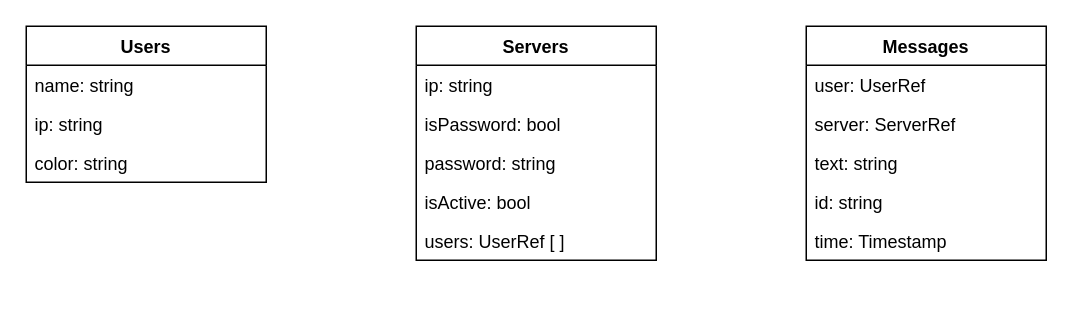
Before: assets/Chatterino_database_diagram.drawio in JakubTuta/Chatterino, a draw.io diagram. Source tidied: cells renumbered, new cells numbered last; positions are measured from the earlier drawing's top-left corner, leaving out a move shared by most shapes. Both pictures are drawn from the tidied source at 150%, with x=0, y=0 at pixel (26, 26).
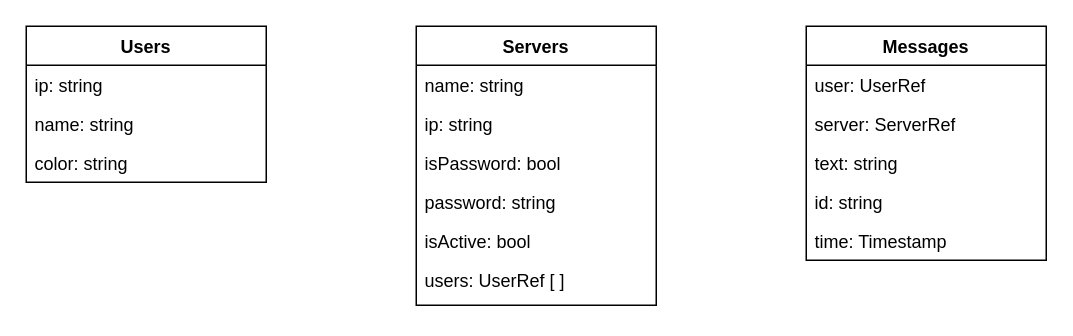
Above is the later version.

Diff of the diagram source:
```diff
@@
 <mxGraphModel>
   <root>
     <mxCell id="0" />
     <mxCell id="1" parent="0" />
     <mxCell id="2" value="Users" style="swimlane;fontStyle=1;align=center;verticalAlign=top;horizontal=1;startSize=26;whiteSpace=wrap;html=1;" parent="1" vertex="1">
       <mxGeometry width="160" height="104" as="geometry" />
     </mxCell>
-    <mxCell id="3" value="name: string" style="text;strokeColor=none;fillColor=none;align=left;verticalAlign=top;spacingLeft=4;spacingRight=4;overflow=hidden;whiteSpace=wrap;html=1;" parent="2" vertex="1">
+    <mxCell id="3" value="ip: string" style="text;strokeColor=none;fillColor=none;align=left;verticalAlign=top;spacingLeft=4;spacingRight=4;overflow=hidden;whiteSpace=wrap;html=1;" parent="2" vertex="1">
       <mxGeometry y="26" width="160" height="26" as="geometry" />
     </mxCell>
-    <mxCell id="4" value="ip: string" style="text;strokeColor=none;fillColor=none;align=left;verticalAlign=top;spacingLeft=4;spacingRight=4;overflow=hidden;whiteSpace=wrap;html=1;" parent="2" vertex="1">
+    <mxCell id="4" value="name: string" style="text;strokeColor=none;fillColor=none;align=left;verticalAlign=top;spacingLeft=4;spacingRight=4;overflow=hidden;whiteSpace=wrap;html=1;" parent="2" vertex="1">
       <mxGeometry y="52" width="160" height="26" as="geometry" />
     </mxCell>
     <mxCell id="5" value="color: string" style="text;strokeColor=none;fillColor=none;align=left;verticalAlign=top;spacingLeft=4;spacingRight=4;overflow=hidden;whiteSpace=wrap;html=1;" parent="2" vertex="1">
       <mxGeometry y="78" width="160" height="26" as="geometry" />
     </mxCell>
     <mxCell id="6" value="Servers" style="swimlane;fontStyle=1;align=center;verticalAlign=top;horizontal=1;startSize=26;whiteSpace=wrap;html=1;" parent="1" vertex="1">
-      <mxGeometry x="260" width="160" height="156" as="geometry" />
+      <mxGeometry x="260" width="160" height="186" as="geometry" />
     </mxCell>
+    <mxCell id="18" value="name: string" style="text;strokeColor=none;fillColor=none;align=left;verticalAlign=top;spacingLeft=4;spacingRight=4;overflow=hidden;whiteSpace=wrap;html=1;" parent="6" vertex="1">
+      <mxGeometry y="26" width="160" height="26" as="geometry" />
+    </mxCell>
     <mxCell id="7" value="ip: string" style="text;strokeColor=none;fillColor=none;align=left;verticalAlign=top;spacingLeft=4;spacingRight=4;overflow=hidden;whiteSpace=wrap;html=1;" parent="6" vertex="1">
-      <mxGeometry y="26" width="160" height="26" as="geometry" />
+      <mxGeometry y="52" width="160" height="26" as="geometry" />
     </mxCell>
     <mxCell id="8" value="isPassword: bool" style="text;strokeColor=none;fillColor=none;align=left;verticalAlign=top;spacingLeft=4;spacingRight=4;overflow=hidden;whiteSpace=wrap;html=1;" parent="6" vertex="1">
-      <mxGeometry y="52" width="160" height="26" as="geometry" />
+      <mxGeometry y="78" width="160" height="26" as="geometry" />
     </mxCell>
     <mxCell id="9" value="password: string" style="text;strokeColor=none;fillColor=none;align=left;verticalAlign=top;spacingLeft=4;spacingRight=4;overflow=hidden;whiteSpace=wrap;html=1;" parent="6" vertex="1">
-      <mxGeometry y="78" width="160" height="26" as="geometry" />
+      <mxGeometry y="104" width="160" height="26" as="geometry" />
     </mxCell>
     <mxCell id="10" value="isActive: bool" style="text;strokeColor=none;fillColor=none;align=left;verticalAlign=top;spacingLeft=4;spacingRight=4;overflow=hidden;whiteSpace=wrap;html=1;" parent="6" vertex="1">
-      <mxGeometry y="104" width="160" height="26" as="geometry" />
+      <mxGeometry y="130" width="160" height="26" as="geometry" />
     </mxCell>
     <mxCell id="11" value="users: UserRef [ ]" style="text;strokeColor=none;fillColor=none;align=left;verticalAlign=top;spacingLeft=4;spacingRight=4;overflow=hidden;whiteSpace=wrap;html=1;" parent="6" vertex="1">
-      <mxGeometry y="130" width="160" height="26" as="geometry" />
+      <mxGeometry y="156" width="160" height="30" as="geometry" />
     </mxCell>
     <mxCell id="12" value="Messages" style="swimlane;fontStyle=1;align=center;verticalAlign=top;horizontal=1;startSize=26;whiteSpace=wrap;html=1;" parent="1" vertex="1">
       <mxGeometry x="520" width="160" height="156" as="geometry" />
     </mxCell>
     <mxCell id="13" value="user: UserRef" style="text;strokeColor=none;fillColor=none;align=left;verticalAlign=top;spacingLeft=4;spacingRight=4;overflow=hidden;whiteSpace=wrap;html=1;" parent="12" vertex="1">
       <mxGeometry y="26" width="160" height="26" as="geometry" />
     </mxCell>
     <mxCell id="14" value="server: ServerRef" style="text;strokeColor=none;fillColor=none;align=left;verticalAlign=top;spacingLeft=4;spacingRight=4;overflow=hidden;whiteSpace=wrap;html=1;" parent="12" vertex="1">
       <mxGeometry y="52" width="160" height="26" as="geometry" />
     </mxCell>
     <mxCell id="15" value="text: string" style="text;strokeColor=none;fillColor=none;align=left;verticalAlign=top;spacingLeft=4;spacingRight=4;overflow=hidden;whiteSpace=wrap;html=1;" parent="12" vertex="1">
       <mxGeometry y="78" width="160" height="26" as="geometry" />
     </mxCell>
     <mxCell id="16" value="id: string" style="text;strokeColor=none;fillColor=none;align=left;verticalAlign=top;spacingLeft=4;spacingRight=4;overflow=hidden;whiteSpace=wrap;html=1;" parent="12" vertex="1">
       <mxGeometry y="104" width="160" height="26" as="geometry" />
     </mxCell>
     <mxCell id="17" value="time: Timestamp" style="text;strokeColor=none;fillColor=none;align=left;verticalAlign=top;spacingLeft=4;spacingRight=4;overflow=hidden;whiteSpace=wrap;html=1;" parent="12" vertex="1">
       <mxGeometry y="130" width="160" height="26" as="geometry" />
     </mxCell>
   </root>
 </mxGraphModel>
```
